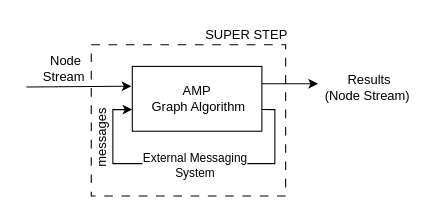
Above: page "AMP" (4 of 5) of All execution models.drawio in komzy/FlinkPregelPaper (draw.io), before the change. Source tidied: cells renumbered, new cells numbered last; positions are measured from the earlier drawing's top-left corner, leaving out a move shared by most shapes. Both pictures are drawn from the tidied source at 108%, with x=0, y=0 at pixel (26, 18).
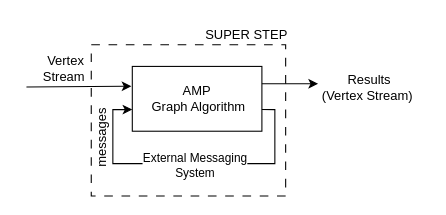
The same page after the edit.

The edit, as a diff of the source:
```diff
@@
 <mxGraphModel>
   <root>
     <mxCell id="0" />
     <mxCell id="1" parent="0" />
     <mxCell id="2" style="rounded=0;whiteSpace=wrap;html=1;fillColor=none;dashed=1;dashPattern=8 8;" parent="1" vertex="1">
       <mxGeometry x="60" y="24" width="180" height="140" as="geometry" />
     </mxCell>
     <mxCell id="3" value="AMP&lt;div&gt;&amp;nbsp;Graph Algorithm&lt;/div&gt;" style="rounded=0;whiteSpace=wrap;html=1;" parent="1" vertex="1">
       <mxGeometry x="98" y="44" width="120" height="60" as="geometry" />
     </mxCell>
     <mxCell id="4" style="endArrow=classic;html=1;rounded=0;entryX=-0.007;entryY=0.306;entryDx=0;entryDy=0;entryPerimeter=0;" parent="1" edge="1" target="3">
       <mxGeometry relative="1" as="geometry">
         <mxPoint y="63" as="sourcePoint" />
       </mxGeometry>
     </mxCell>
     <mxCell id="5" style="endArrow=classic;html=1;rounded=0;curved=0;exitX=1;exitY=0.666;exitDx=0;exitDy=0;exitPerimeter=0;" parent="1" edge="1" source="3">
       <mxGeometry relative="1" as="geometry">
         <mxPoint x="98" y="84" as="targetPoint" />
         <Array as="points">
           <mxPoint x="230" y="84" />
           <mxPoint x="230" y="134" />
           <mxPoint x="80" y="134" />
           <mxPoint x="80" y="84" />
         </Array>
       </mxGeometry>
     </mxCell>
     <mxCell id="6" value="External Messaging&lt;div&gt;System&lt;/div&gt;" style="edgeLabel;html=1;align=center;verticalAlign=middle;" parent="5" vertex="1">
       <mxGeometry x="-0.03" y="1" relative="1" as="geometry">
         <mxPoint x="-1" as="offset" />
       </mxGeometry>
     </mxCell>
     <mxCell id="7" style="endArrow=classic;html=1;rounded=0;" parent="1" edge="1">
       <mxGeometry relative="1" as="geometry">
         <mxPoint x="218" y="60" as="sourcePoint" />
         <mxPoint x="270" y="60" as="targetPoint" />
       </mxGeometry>
     </mxCell>
-    <mxCell id="8" value="&amp;nbsp;Results&lt;div&gt;(Node Stream)&lt;/div&gt;" style="text;html=1;whiteSpace=wrap;strokeColor=none;fillColor=none;align=center;verticalAlign=middle;rounded=0;" parent="1" vertex="1">
+    <mxCell id="8" value="&amp;nbsp;Results&lt;div&gt;(Vertex Stream)&lt;/div&gt;" style="text;html=1;whiteSpace=wrap;strokeColor=none;fillColor=none;align=center;verticalAlign=middle;rounded=0;" parent="1" vertex="1">
       <mxGeometry x="261" y="44" width="110" height="40" as="geometry" />
     </mxCell>
-    <mxCell id="9" value="&amp;nbsp;Node Stream" style="text;html=1;whiteSpace=wrap;strokeColor=none;fillColor=none;align=center;verticalAlign=middle;rounded=0;" parent="1" vertex="1">
+    <mxCell id="9" value="&amp;nbsp;Vertex&lt;div&gt;Stream&lt;/div&gt;" style="text;html=1;whiteSpace=wrap;strokeColor=none;fillColor=none;align=center;verticalAlign=middle;rounded=0;" parent="1" vertex="1">
       <mxGeometry x="5" y="31" width="60" height="30" as="geometry" />
     </mxCell>
     <mxCell id="10" value="SUPER STEP" style="text;html=1;whiteSpace=wrap;strokeColor=none;fillColor=none;align=center;verticalAlign=middle;rounded=0;" parent="1" vertex="1">
       <mxGeometry x="159" width="90" height="30" as="geometry" />
     </mxCell>
     <mxCell id="11" value="messages" style="text;html=1;whiteSpace=wrap;strokeColor=none;fillColor=none;align=center;verticalAlign=middle;rounded=0;horizontal=0;" parent="1" vertex="1">
       <mxGeometry x="30" y="95" width="80" height="30" as="geometry" />
     </mxCell>
   </root>
 </mxGraphModel>
```
